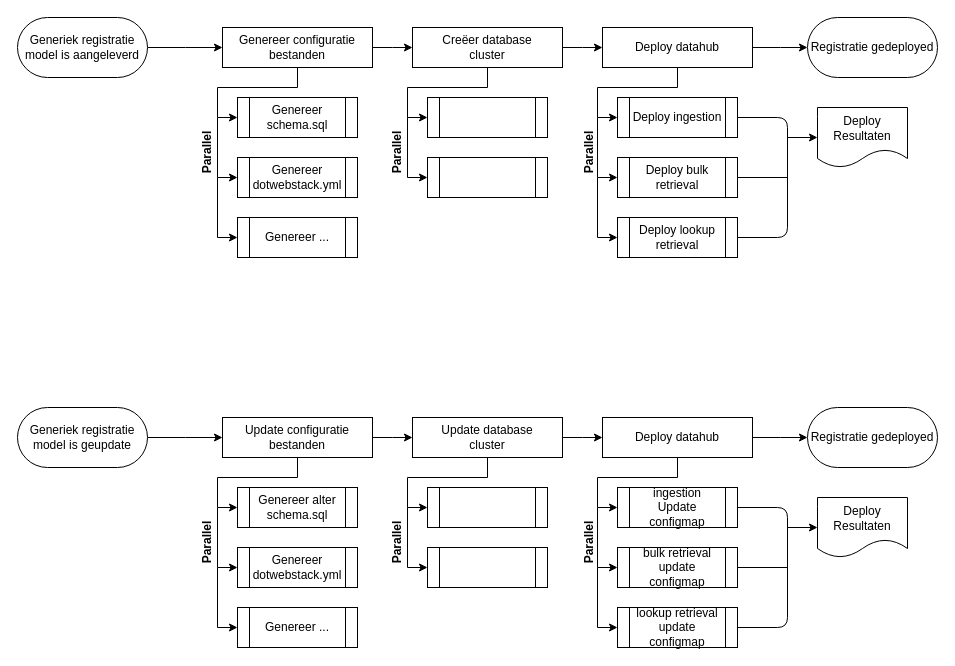
Above: multi-tenant-flowchart.drawio in ahup/drawings (draw.io), before the change. Source tidied: cells renumbered, new cells numbered last; positions are measured from the earlier drawing's top-left corner, leaving out a move shared by most shapes. Both pictures are drawn from the tidied source at 100%, with x=0, y=0 at pixel (17, 17).
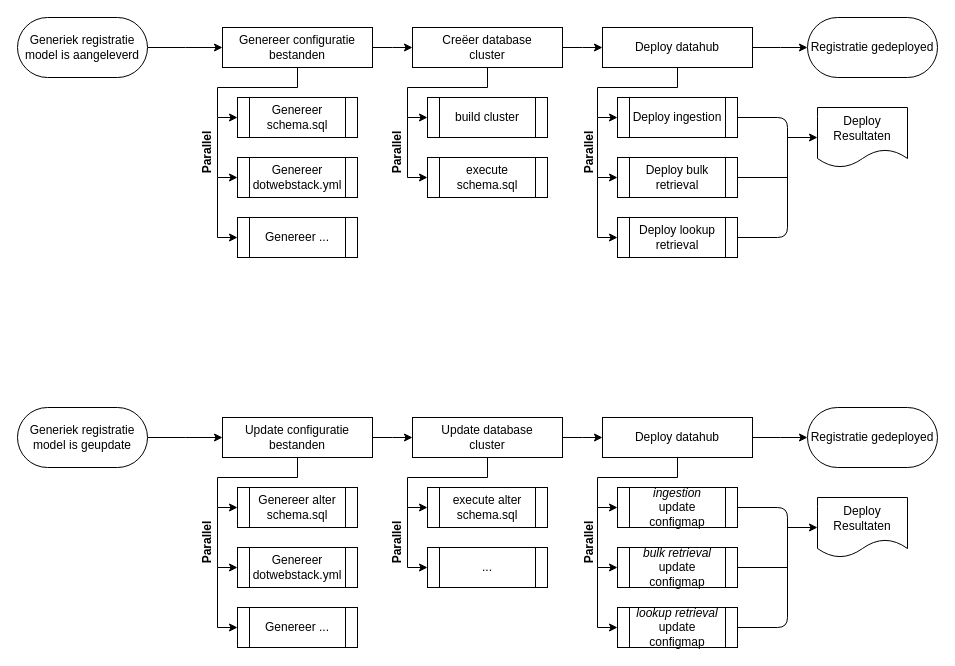
The same page after the edit.

Diff of the diagram source:
```diff
@@
-<mxGraphModel>
+<mxGraphModel background="#FFFFFF">
@@
-    <mxCell id="15" style="shape=process;whiteSpace=wrap;html=1;backgroundOutline=1;" parent="1" vertex="1">
+    <mxCell id="15" value="build cluster" style="shape=process;whiteSpace=wrap;html=1;backgroundOutline=1;" parent="1" vertex="1">
       <mxGeometry x="410" y="80" width="120" height="40" as="geometry" />
     </mxCell>
-    <mxCell id="16" style="shape=process;whiteSpace=wrap;html=1;backgroundOutline=1;" parent="1" vertex="1">
+    <mxCell id="16" value="&lt;span&gt;execute schema.sql&lt;/span&gt;" style="shape=process;whiteSpace=wrap;html=1;backgroundOutline=1;" parent="1" vertex="1">
       <mxGeometry x="410" y="140" width="120" height="40" as="geometry" />
     </mxCell>
@@
-    <mxCell id="47" style="shape=process;whiteSpace=wrap;html=1;backgroundOutline=1;" parent="1" vertex="1">
+    <mxCell id="47" value="execute alter schema.sql" style="shape=process;whiteSpace=wrap;html=1;backgroundOutline=1;" parent="1" vertex="1">
       <mxGeometry x="410" y="470" width="120" height="40" as="geometry" />
     </mxCell>
-    <mxCell id="48" style="shape=process;whiteSpace=wrap;html=1;backgroundOutline=1;" parent="1" vertex="1">
+    <mxCell id="48" value="..." style="shape=process;whiteSpace=wrap;html=1;backgroundOutline=1;" parent="1" vertex="1">
       <mxGeometry x="410" y="530" width="120" height="40" as="geometry" />
     </mxCell>
@@
-    <mxCell id="52" value="ingestion&lt;br&gt;Update configmap" style="shape=process;whiteSpace=wrap;html=1;backgroundOutline=1;" parent="1" vertex="1">
+    <mxCell id="52" value="&lt;i&gt;ingestion&lt;/i&gt;&lt;br&gt;update configmap" style="shape=process;whiteSpace=wrap;html=1;backgroundOutline=1;" parent="1" vertex="1">
       <mxGeometry x="600" y="470" width="120" height="40" as="geometry" />
     </mxCell>
-    <mxCell id="53" value="bulk retrieval&lt;br&gt;update configmap" style="shape=process;whiteSpace=wrap;html=1;backgroundOutline=1;" parent="1" vertex="1">
+    <mxCell id="53" value="&lt;i&gt;bulk retrieval&lt;/i&gt;&lt;br&gt;update configmap" style="shape=process;whiteSpace=wrap;html=1;backgroundOutline=1;" parent="1" vertex="1">
       <mxGeometry x="600" y="530" width="120" height="40" as="geometry" />
     </mxCell>
@@
-    <mxCell id="56" value="lookup retrieval&lt;br&gt;update configmap" style="shape=process;whiteSpace=wrap;html=1;backgroundOutline=1;" parent="1" vertex="1">
+    <mxCell id="56" value="&lt;i&gt;lookup retrieval&lt;/i&gt;&lt;br&gt;update configmap" style="shape=process;whiteSpace=wrap;html=1;backgroundOutline=1;" parent="1" vertex="1">
       <mxGeometry x="600" y="590" width="120" height="40" as="geometry" />
     </mxCell>
```
